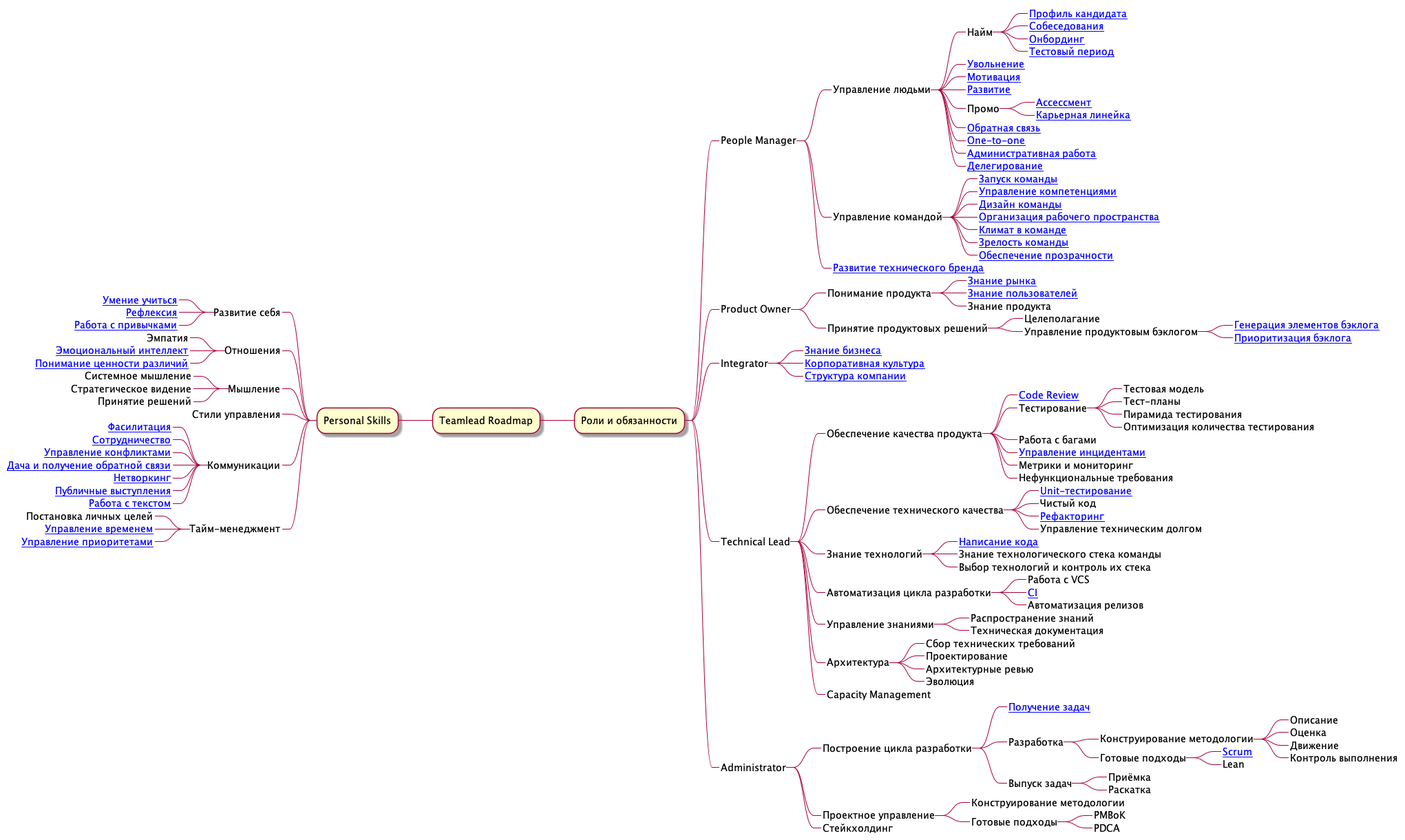
Earlier version of the PlantUML export roadmap.png (tlbootcamp/tlroadmap).
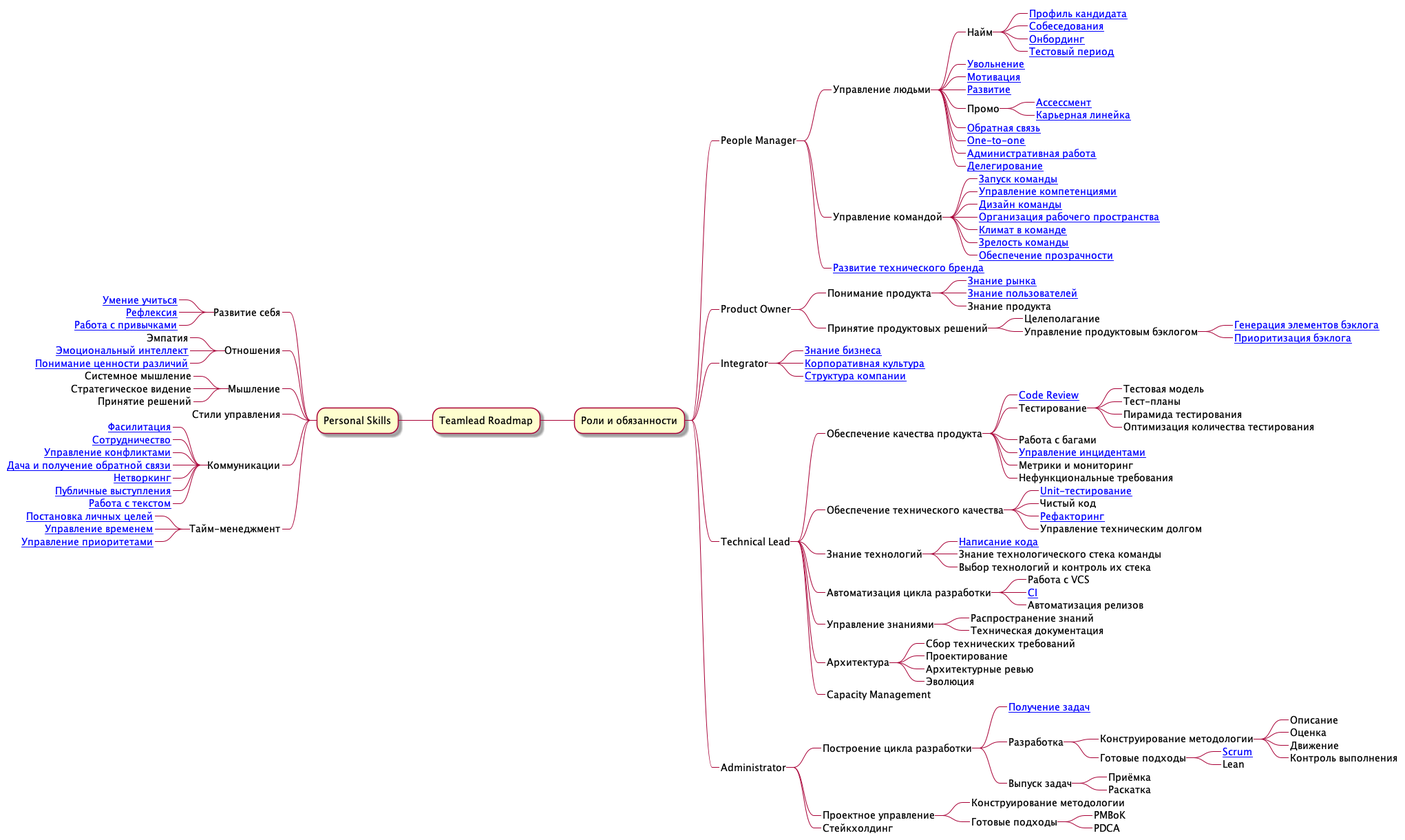
Above is the later version.

Commit message:
Вернул потерянную ветку про постановку личных целей

Change to the diagram source:
```diff
@@ -122,7 +122,7 @@
 ****_ [[https://github.com/tlbootcamp/tlroadmap/blob/master/skills/self-improvement/public-speaking.md Публичные выступления]]
 ****_ [[https://github.com/tlbootcamp/tlroadmap/blob/master/skills/self-improvement/text.md Работа с текстом]]
 ***_ Тайм-менеджмент
-****_ Постановка личных целей
+****_ [[https://github.com/tlbootcamp/tlroadmap/blob/master/skills/self-improvement/goal-setting.md Постановка личных целей]]
 ****_ [[https://github.com/tlbootcamp/tlroadmap/blob/master/skills/self-improvement/time-management.md Управление временем]]
 ****_ [[https://github.com/tlbootcamp/tlroadmap/blob/master/skills/self-improvement/prioritization.md Управление приоритетами]]
 
```
